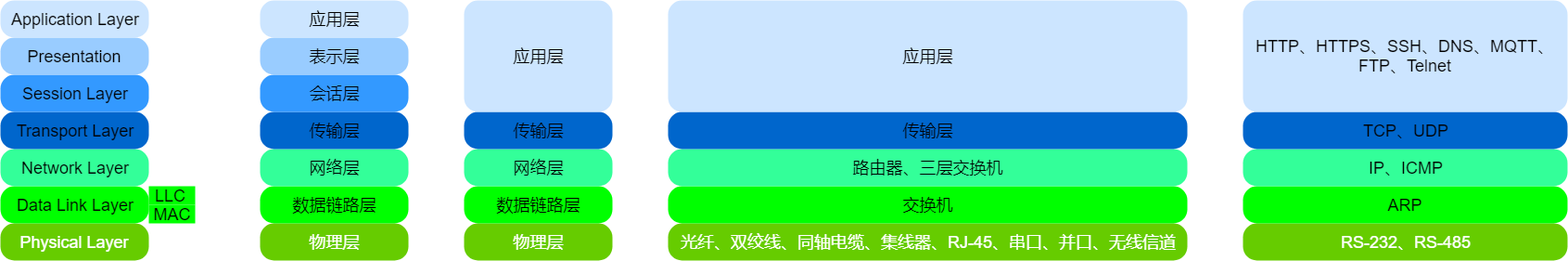
The draw.io diagram images/OSI七层协议.png in liyongjun123/hugo-blog-post, before a commit. Source tidied: cells renumbered, new cells last; positions are measured from the earlier drawing's top-left corner, leaving out a move shared by most shapes.
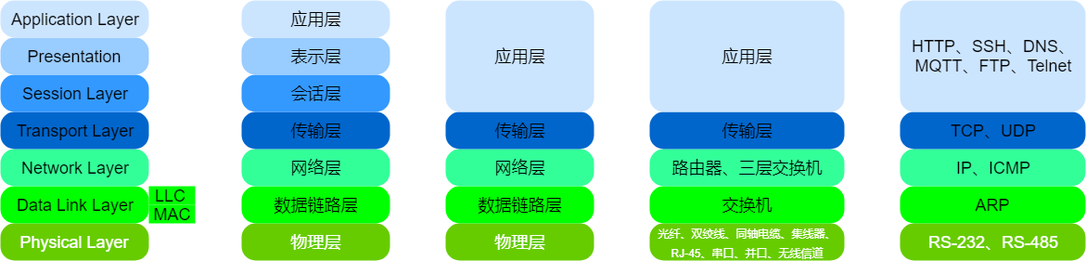
After the change.

The edit, as a diff of the source:
```diff
@@ -39,61 +39,61 @@
       <mxGeometry x="500" width="160" height="120" as="geometry" />
     </mxCell>
     <mxCell id="14" value="RS-232、RS-485" style="rounded=1;whiteSpace=wrap;html=1;fontSize=18;fillColor=#66CC00;strokeColor=none;fontColor=#ffffff;gradientColor=none;shadow=0;absoluteArcSize=1;arcSize=30;glass=0;comic=0;spacingLeft=0;spacingTop=0;" parent="1" vertex="1">
-      <mxGeometry x="1340" y="240" width="350" height="40" as="geometry" />
+      <mxGeometry x="990" y="240" width="200" height="40" as="geometry" />
     </mxCell>
     <mxCell id="15" value="ARP" style="rounded=1;whiteSpace=wrap;html=1;fontSize=18;fillColor=#00FF00;strokeColor=none;gradientColor=none;shadow=0;absoluteArcSize=1;arcSize=30;glass=0;comic=0;spacingLeft=0;spacingTop=0;" parent="1" vertex="1">
-      <mxGeometry x="1340" y="200" width="350" height="40" as="geometry" />
+      <mxGeometry x="990" y="200" width="200" height="40" as="geometry" />
     </mxCell>
     <mxCell id="16" value="IP、ICMP" style="rounded=1;whiteSpace=wrap;html=1;fontSize=18;fillColor=#33FF99;strokeColor=none;gradientColor=none;shadow=0;absoluteArcSize=1;arcSize=30;glass=0;comic=0;spacingLeft=0;spacingTop=0;" parent="1" vertex="1">
-      <mxGeometry x="1340" y="160" width="350" height="40" as="geometry" />
+      <mxGeometry x="990" y="160" width="200" height="40" as="geometry" />
     </mxCell>
     <mxCell id="17" value="TCP、UDP" style="rounded=1;whiteSpace=wrap;html=1;fontSize=18;fillColor=#0066CC;strokeColor=none;gradientColor=none;shadow=0;arcSize=30;absoluteArcSize=1;glass=0;comic=0;spacingLeft=0;spacingTop=0;" parent="1" vertex="1">
-      <mxGeometry x="1340" y="120" width="350" height="40" as="geometry" />
+      <mxGeometry x="990" y="120" width="200" height="40" as="geometry" />
     </mxCell>
-    <mxCell id="18" value="HTTP、HTTPS、SSH、DNS、MQTT、FTP、Telnet" style="rounded=1;whiteSpace=wrap;html=1;fontSize=18;fillColor=#CCE5FF;strokeColor=none;gradientColor=none;shadow=0;absoluteArcSize=1;arcSize=30;glass=0;comic=0;spacingLeft=0;spacingTop=0;" parent="1" vertex="1">
-      <mxGeometry x="1340" width="350" height="120" as="geometry" />
+    <mxCell id="18" value="HTTP、SSH、DNS、&lt;br&gt;MQTT、FTP、Telnet" style="rounded=1;whiteSpace=wrap;html=1;fontSize=18;fillColor=#CCE5FF;strokeColor=none;gradientColor=none;shadow=0;absoluteArcSize=1;arcSize=30;glass=0;comic=0;spacingLeft=0;spacingTop=0;" parent="1" vertex="1">
+      <mxGeometry x="990" width="200" height="120" as="geometry" />
     </mxCell>
-    <mxCell id="19" value="光纤、双绞线、同轴电缆、集线器、RJ-45、串口、并口、无线信道" style="rounded=1;whiteSpace=wrap;html=1;fontSize=18;fillColor=#66CC00;strokeColor=none;fontColor=#ffffff;gradientColor=none;shadow=0;absoluteArcSize=1;arcSize=30;glass=0;comic=0;spacingLeft=0;spacingTop=0;" parent="1" vertex="1">
-      <mxGeometry x="720" y="240" width="560" height="40" as="geometry" />
+    <mxCell id="19" value="&lt;font style=&quot;font-size: 12px&quot;&gt;光纤、双绞线、同轴电缆、集线器、&lt;br&gt;RJ-45、串口、并口、无线信道&lt;/font&gt;" style="rounded=1;whiteSpace=wrap;html=1;fontSize=18;fillColor=#66CC00;strokeColor=none;fontColor=#ffffff;gradientColor=none;shadow=0;absoluteArcSize=1;arcSize=30;glass=0;comic=0;spacingLeft=0;spacingTop=0;" parent="1" vertex="1">
+      <mxGeometry x="720" y="240" width="210" height="40" as="geometry" />
     </mxCell>
     <mxCell id="20" value="交换机" style="rounded=1;whiteSpace=wrap;html=1;fontSize=18;fillColor=#00FF00;strokeColor=none;gradientColor=none;shadow=0;absoluteArcSize=1;arcSize=30;glass=0;comic=0;spacingLeft=0;spacingTop=0;" parent="1" vertex="1">
-      <mxGeometry x="720" y="200" width="560" height="40" as="geometry" />
+      <mxGeometry x="720" y="200" width="210" height="40" as="geometry" />
     </mxCell>
     <mxCell id="21" value="路由器、三层交换机" style="rounded=1;whiteSpace=wrap;html=1;fontSize=18;fillColor=#33FF99;strokeColor=none;gradientColor=none;shadow=0;absoluteArcSize=1;arcSize=30;glass=0;comic=0;spacingLeft=0;spacingTop=0;" parent="1" vertex="1">
-      <mxGeometry x="720" y="160" width="560" height="40" as="geometry" />
+      <mxGeometry x="720" y="160" width="210" height="40" as="geometry" />
     </mxCell>
     <mxCell id="22" value="传输层" style="rounded=1;whiteSpace=wrap;html=1;fontSize=18;fillColor=#0066CC;strokeColor=none;gradientColor=none;shadow=0;arcSize=30;absoluteArcSize=1;glass=0;comic=0;spacingLeft=0;spacingTop=0;" parent="1" vertex="1">
-      <mxGeometry x="720" y="120" width="560" height="40" as="geometry" />
+      <mxGeometry x="720" y="120" width="210" height="40" as="geometry" />
     </mxCell>
     <mxCell id="23" value="应用层" style="rounded=1;whiteSpace=wrap;html=1;fontSize=18;fillColor=#CCE5FF;strokeColor=none;gradientColor=none;shadow=0;absoluteArcSize=1;arcSize=30;glass=0;comic=0;spacingLeft=0;spacingTop=0;" parent="1" vertex="1">
-      <mxGeometry x="720" width="560" height="120" as="geometry" />
+      <mxGeometry x="720" width="210" height="120" as="geometry" />
     </mxCell>
     <mxCell id="24" value="Physical Layer" style="rounded=1;whiteSpace=wrap;html=1;fontSize=18;fillColor=#66CC00;strokeColor=none;fontColor=#ffffff;gradientColor=none;shadow=0;absoluteArcSize=1;arcSize=30;glass=0;comic=0;spacingLeft=0;spacingTop=0;" parent="1" vertex="1">
-      <mxGeometry y="240" width="160" height="40" as="geometry" />
+      <mxGeometry x="20" y="240" width="160" height="40" as="geometry" />
     </mxCell>
     <mxCell id="25" value="Data Link Layer" style="rounded=1;whiteSpace=wrap;html=1;fontSize=18;fillColor=#00FF00;strokeColor=none;gradientColor=none;shadow=0;absoluteArcSize=1;arcSize=30;glass=0;comic=0;spacingLeft=0;spacingTop=0;" parent="1" vertex="1">
-      <mxGeometry y="200" width="160" height="40" as="geometry" />
+      <mxGeometry x="20" y="200" width="160" height="40" as="geometry" />
     </mxCell>
     <mxCell id="26" value="Network Layer" style="rounded=1;whiteSpace=wrap;html=1;fontSize=18;fillColor=#33FF99;strokeColor=none;gradientColor=none;shadow=0;absoluteArcSize=1;arcSize=30;glass=0;comic=0;spacingLeft=0;spacingTop=0;" parent="1" vertex="1">
-      <mxGeometry y="160" width="160" height="40" as="geometry" />
+      <mxGeometry x="20" y="160" width="160" height="40" as="geometry" />
     </mxCell>
     <mxCell id="27" value="Transport Layer" style="rounded=1;whiteSpace=wrap;html=1;fontSize=18;fillColor=#0066CC;strokeColor=none;gradientColor=none;shadow=0;arcSize=30;absoluteArcSize=1;glass=0;comic=0;spacingLeft=0;spacingTop=0;" parent="1" vertex="1">
-      <mxGeometry y="120" width="160" height="40" as="geometry" />
+      <mxGeometry x="20" y="120" width="160" height="40" as="geometry" />
     </mxCell>
     <mxCell id="28" value="Session Layer" style="rounded=1;whiteSpace=wrap;html=1;fontSize=18;fillColor=#3399FF;strokeColor=none;gradientColor=none;shadow=0;absoluteArcSize=1;arcSize=30;glass=0;comic=0;spacingLeft=0;spacingTop=0;" parent="1" vertex="1">
-      <mxGeometry y="80" width="160" height="40" as="geometry" />
+      <mxGeometry x="20" y="80" width="160" height="40" as="geometry" />
     </mxCell>
     <mxCell id="29" value="Presentation" style="rounded=1;whiteSpace=wrap;html=1;fontSize=18;fillColor=#99CCFF;strokeColor=none;gradientColor=none;shadow=0;absoluteArcSize=1;arcSize=30;glass=0;comic=0;spacingLeft=0;spacingTop=0;" parent="1" vertex="1">
-      <mxGeometry y="40" width="160" height="40" as="geometry" />
+      <mxGeometry x="20" y="40" width="160" height="40" as="geometry" />
     </mxCell>
     <mxCell id="30" value="Application Layer" style="rounded=1;whiteSpace=wrap;html=1;fontSize=18;fillColor=#CCE5FF;strokeColor=none;gradientColor=none;shadow=0;absoluteArcSize=1;arcSize=30;glass=0;comic=0;spacingLeft=0;spacingTop=0;" parent="1" vertex="1">
-      <mxGeometry width="160" height="40" as="geometry" />
+      <mxGeometry x="20" width="160" height="40" as="geometry" />
     </mxCell>
     <mxCell id="31" value="LLC&amp;nbsp;" style="rounded=0;whiteSpace=wrap;html=1;fontSize=18;fillColor=#00FF00;strokeColor=none;gradientColor=none;shadow=0;absoluteArcSize=1;arcSize=30;glass=0;comic=0;spacingLeft=0;spacingTop=0;" parent="1" vertex="1">
-      <mxGeometry x="160" y="200" width="50" height="20" as="geometry" />
+      <mxGeometry x="180" y="200" width="50" height="20" as="geometry" />
     </mxCell>
     <mxCell id="32" value="MAC" style="rounded=0;whiteSpace=wrap;html=1;fontSize=18;fillColor=#00FF00;strokeColor=none;gradientColor=none;shadow=0;absoluteArcSize=1;arcSize=30;glass=0;comic=0;spacingLeft=0;spacingTop=0;" parent="1" vertex="1">
-      <mxGeometry x="160" y="220" width="50" height="20" as="geometry" />
+      <mxGeometry x="180" y="220" width="50" height="20" as="geometry" />
     </mxCell>
   </root>
 </mxGraphModel>
```
